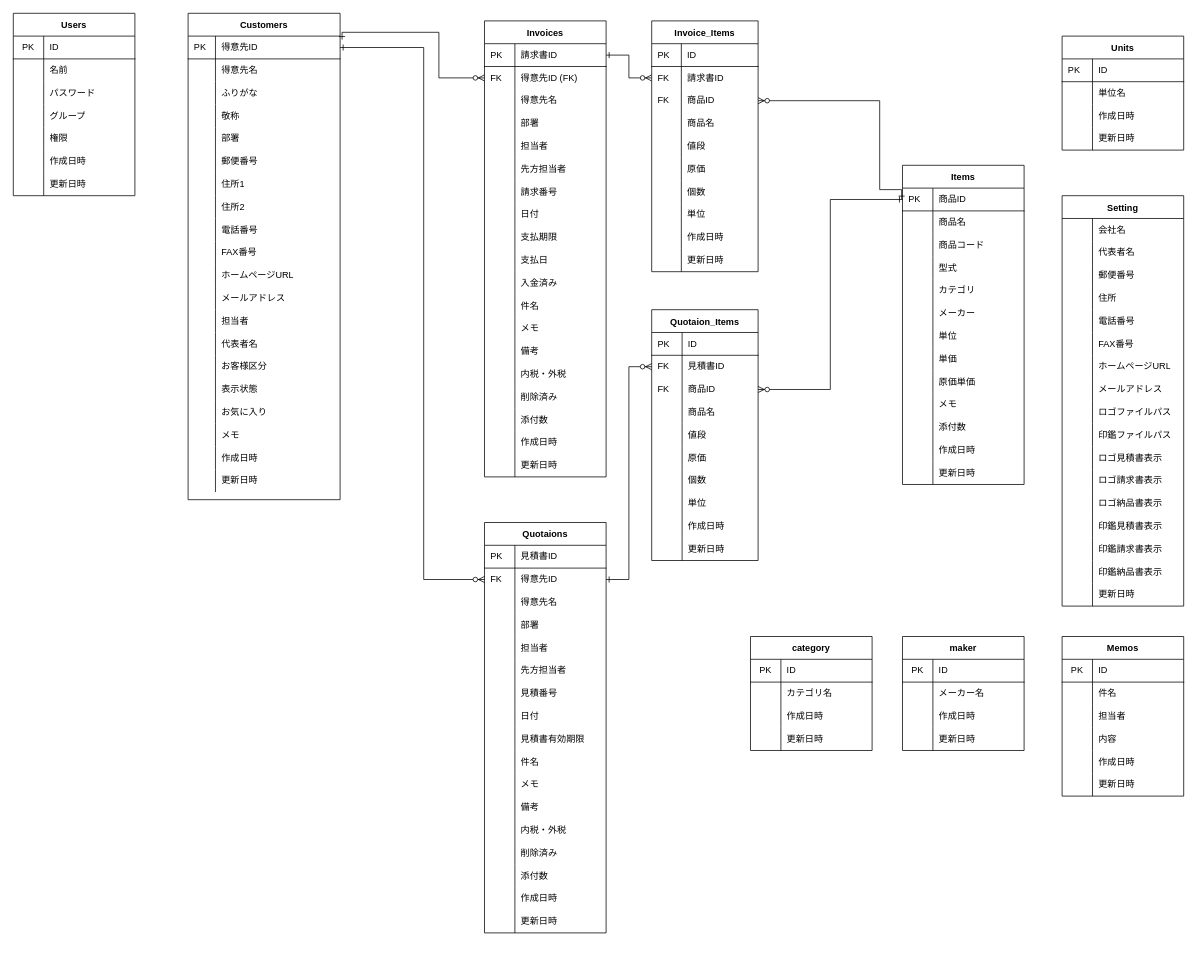
Above: soho_er.dio in gamasenninn/caddie-clone (draw.io), before the change. Source tidied: cells renumbered, new cells numbered last; positions are measured from the earlier drawing's top-left corner, leaving out a move shared by most shapes. Both pictures are drawn from the tidied source at 76%, with x=0, y=0 at pixel (13, 13).
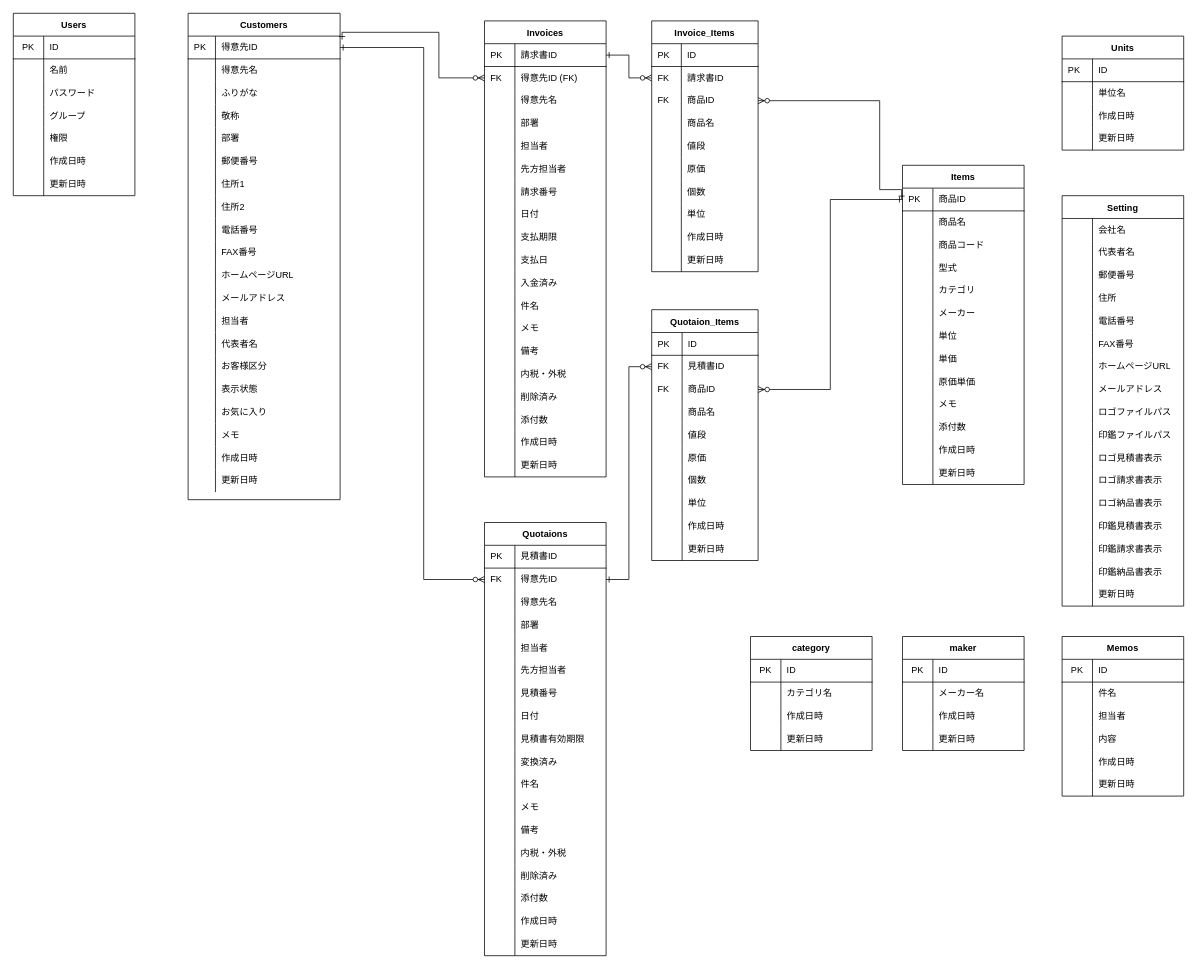
The same diagram, later.

What changed in the source:
```diff
@@
     <mxCell id="192" value="Quotaions" style="shape=table;startSize=30;childLayout=tableLayout;rowLines=0;fontStyle=1;align=center;" parent="1" vertex="1">
-      <mxGeometry x="620" y="670" width="160" height="540" as="geometry" />
+      <mxGeometry x="620" y="670" width="160" height="570" as="geometry" />
     </mxCell>
@@
+    <mxCell id="413" style="shape=partialRectangle;html=1;whiteSpace=wrap;fillColor=none;top=0;left=0;bottom=0;right=0;" parent="192" vertex="1">
+      <mxGeometry y="300" width="160" height="30" as="geometry" />
+    </mxCell>
+    <mxCell id="414" style="shape=partialRectangle;html=1;whiteSpace=wrap;fillColor=none;top=0;left=0;bottom=0;right=0;align=left;spacingLeft=6;overflow=hidden;" parent="413" vertex="1">
+      <mxGeometry width="40" height="30" as="geometry" />
+    </mxCell>
+    <mxCell id="415" value="変換済み" style="shape=partialRectangle;html=1;whiteSpace=wrap;fillColor=none;top=0;left=0;bottom=0;right=0;align=left;spacingLeft=6;overflow=hidden;" parent="413" vertex="1">
+      <mxGeometry x="40" width="120" height="30" as="geometry" />
+    </mxCell>
     <mxCell id="220" style="shape=partialRectangle;html=1;whiteSpace=wrap;fillColor=none;top=0;left=0;bottom=0;right=0;" parent="192" vertex="1">
-      <mxGeometry y="300" width="160" height="30" as="geometry" />
+      <mxGeometry y="330" width="160" height="30" as="geometry" />
     </mxCell>
@@
     <mxCell id="223" style="shape=partialRectangle;html=1;whiteSpace=wrap;fillColor=none;top=0;left=0;bottom=0;right=0;" parent="192" vertex="1">
-      <mxGeometry y="330" width="160" height="30" as="geometry" />
+      <mxGeometry y="360" width="160" height="30" as="geometry" />
     </mxCell>
@@
     <mxCell id="226" style="shape=partialRectangle;html=1;whiteSpace=wrap;fillColor=none;top=0;left=0;bottom=0;right=0;" parent="192" vertex="1">
-      <mxGeometry y="360" width="160" height="30" as="geometry" />
+      <mxGeometry y="390" width="160" height="30" as="geometry" />
     </mxCell>
@@
     <mxCell id="229" style="shape=partialRectangle;html=1;whiteSpace=wrap;fillColor=none;top=0;left=0;bottom=0;right=0;" parent="192" vertex="1">
-      <mxGeometry y="390" width="160" height="30" as="geometry" />
+      <mxGeometry y="420" width="160" height="30" as="geometry" />
     </mxCell>
@@
     <mxCell id="232" style="shape=partialRectangle;html=1;whiteSpace=wrap;fillColor=none;top=0;left=0;bottom=0;right=0;" parent="192" vertex="1">
-      <mxGeometry y="420" width="160" height="30" as="geometry" />
+      <mxGeometry y="450" width="160" height="30" as="geometry" />
     </mxCell>
@@
     <mxCell id="235" style="shape=partialRectangle;html=1;whiteSpace=wrap;fillColor=none;top=0;left=0;bottom=0;right=0;" parent="192" vertex="1">
-      <mxGeometry y="450" width="160" height="30" as="geometry" />
+      <mxGeometry y="480" width="160" height="30" as="geometry" />
     </mxCell>
@@
     <mxCell id="238" style="shape=partialRectangle;html=1;whiteSpace=wrap;fillColor=none;top=0;left=0;bottom=0;right=0;" parent="192" vertex="1">
-      <mxGeometry y="480" width="160" height="30" as="geometry" />
+      <mxGeometry y="510" width="160" height="30" as="geometry" />
     </mxCell>
@@
     <mxCell id="241" style="shape=partialRectangle;html=1;whiteSpace=wrap;fillColor=none;top=0;left=0;bottom=0;right=0;" parent="192" vertex="1">
-      <mxGeometry y="510" width="160" height="30" as="geometry" />
+      <mxGeometry y="540" width="160" height="30" as="geometry" />
     </mxCell>
```
